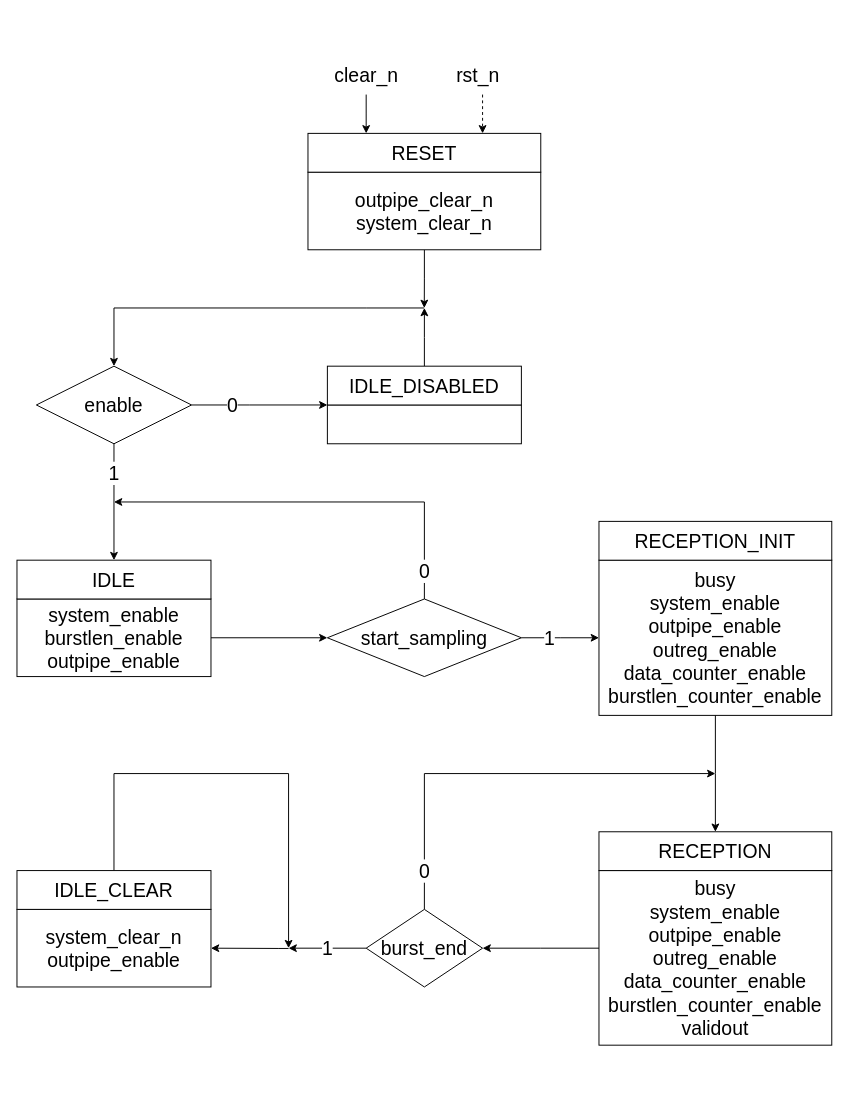
This is page "FSM" (3 of 3) of hyperram_system/ip/avs_to_hram_converter/schematics/synchronizer.drawio from AndreaBononi/Intel_Cyclone10LP_systems, a draw.io file, before an edit. Source tidied: cells renumbered, new cells numbered last; positions are measured from the earlier drawing's top-left corner, leaving out a move shared by most shapes. Both pictures are drawn from the tidied source at 97%, with x=0, y=0 at pixel (16, 55).
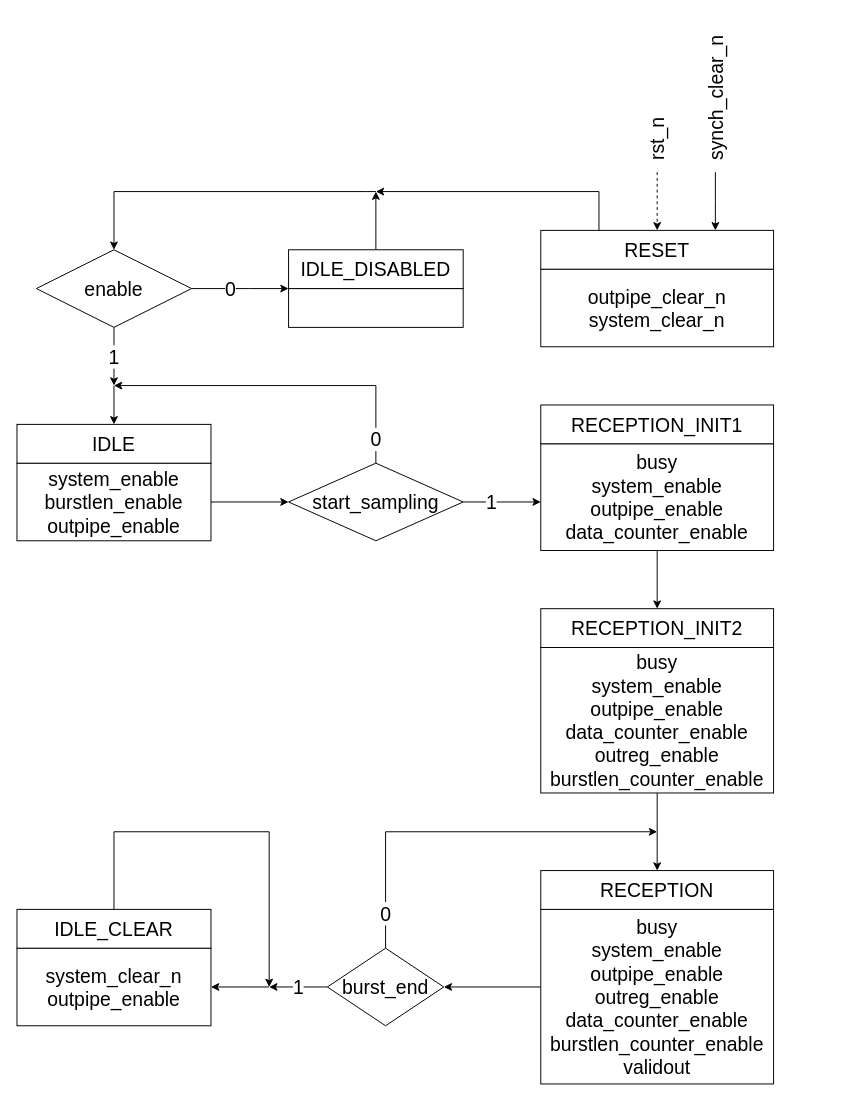
The same page after the edit.

Diff of the diagram source:
```diff
@@
-    <mxCell id="2" value="1" style="edgeStyle=orthogonalEdgeStyle;rounded=0;jettySize=auto;html=1;entryX=0.5;entryY=0;entryDx=0;entryDy=0;exitX=0.5;exitY=1;exitDx=0;exitDy=0;fontSize=20;" parent="1" edge="1" source="16" target="11">
-      <mxGeometry x="-0.5" relative="1" as="geometry" />
+    <mxCell id="2" value="1" style="edgeStyle=orthogonalEdgeStyle;rounded=0;jettySize=auto;html=1;exitX=0.5;exitY=1;exitDx=0;exitDy=0;fontSize=20;" parent="1" edge="1" source="16">
+      <mxGeometry x="-0.01" relative="1" as="geometry">
+        <mxPoint x="100" y="340" as="targetPoint" />
+      </mxGeometry>
     </mxCell>
-    <mxCell id="3" style="edgeStyle=orthogonalEdgeStyle;rounded=0;jettySize=auto;html=1;entryX=0.25;entryY=0;entryDx=0;entryDy=0;fontSize=20;" parent="1" edge="1" target="7">
+    <mxCell id="3" style="edgeStyle=orthogonalEdgeStyle;rounded=0;jettySize=auto;html=1;entryX=0.75;entryY=0;entryDx=0;entryDy=0;fontSize=20;" parent="1" edge="1" target="7">
       <mxGeometry relative="1" as="geometry">
-        <mxPoint x="360" y="40" as="sourcePoint" />
+        <mxPoint x="720" y="120" as="sourcePoint" />
         <Array as="points">
-          <mxPoint x="360" y="60" />
-          <mxPoint x="360" y="60" />
+          <mxPoint x="720" y="150" />
+          <mxPoint x="720" y="150" />
         </Array>
       </mxGeometry>
     </mxCell>
-    <mxCell id="4" style="edgeStyle=orthogonalEdgeStyle;rounded=0;jettySize=auto;html=1;exitX=0.5;exitY=1;exitDx=0;exitDy=0;" parent="1" edge="1" source="5">
-      <mxGeometry relative="1" as="geometry">
-        <mxPoint x="419.9" y="260" as="targetPoint" />
-      </mxGeometry>
-    </mxCell>
     <mxCell id="5" value="&lt;font style=&quot;font-size: 20px;&quot;&gt;outpipe_clear_n&lt;/font&gt;&lt;div style=&quot;font-size: 20px;&quot;&gt;&lt;font style=&quot;font-size: 20px;&quot;&gt;system_clear_n&lt;font style=&quot;font-size: 20px;&quot;&gt;&lt;br style=&quot;font-size: 20px;&quot;&gt;&lt;/font&gt;&lt;/font&gt;&lt;/div&gt;" style="rounded=0;whiteSpace=wrap;html=1;fontSize=20;" parent="1" vertex="1">
-      <mxGeometry x="300" y="120" width="240" height="80" as="geometry" />
+      <mxGeometry x="540" y="220" width="240" height="80" as="geometry" />
     </mxCell>
-    <mxCell id="6" style="edgeStyle=orthogonalEdgeStyle;rounded=0;jettySize=auto;html=1;entryX=0.75;entryY=0;entryDx=0;entryDy=0;dashed=1;fontSize=20;" parent="1" edge="1" target="7">
+    <mxCell id="6" style="edgeStyle=orthogonalEdgeStyle;rounded=0;jettySize=auto;html=1;entryX=0.5;entryY=0;entryDx=0;entryDy=0;dashed=1;fontSize=20;" parent="1" edge="1" target="7">
       <mxGeometry relative="1" as="geometry">
-        <mxPoint x="480" y="40" as="sourcePoint" />
+        <mxPoint x="660" y="120" as="sourcePoint" />
         <Array as="points">
-          <mxPoint x="480" y="60" />
-          <mxPoint x="480" y="60" />
+          <mxPoint x="660" y="150" />
+          <mxPoint x="660" y="150" />
         </Array>
       </mxGeometry>
     </mxCell>
+    <mxCell id="35" style="edgeStyle=orthogonalEdgeStyle;rounded=0;jettySize=auto;html=1;exitX=0.25;exitY=0;exitDx=0;exitDy=0;" parent="1" edge="1" source="7">
+      <mxGeometry relative="1" as="geometry">
+        <mxPoint x="370" y="140" as="targetPoint" />
+        <Array as="points">
+          <mxPoint x="600" y="140" />
+        </Array>
+      </mxGeometry>
+    </mxCell>
     <mxCell id="7" value="&lt;font style=&quot;font-size: 20px;&quot;&gt;RESET&lt;/font&gt;" style="rounded=0;whiteSpace=wrap;html=1;fontSize=20;" parent="1" vertex="1">
-      <mxGeometry x="300" y="80" width="240" height="40" as="geometry" />
+      <mxGeometry x="540" y="180" width="240" height="40" as="geometry" />
     </mxCell>
-    <mxCell id="8" value="&lt;font style=&quot;font-size: 20px;&quot;&gt;rst_n&lt;/font&gt;" style="text;html=1;align=center;verticalAlign=middle;strokeColor=none;fillColor=none;fontSize=20;" parent="1" vertex="1">
-      <mxGeometry x="440" width="70" height="40" as="geometry" />
+    <mxCell id="8" value="&lt;font style=&quot;font-size: 20px;&quot;&gt;rst_n&lt;/font&gt;" style="text;html=1;align=left;verticalAlign=middle;strokeColor=none;fillColor=none;fontSize=20;rotation=-90;" parent="1" vertex="1">
+      <mxGeometry x="625" y="55" width="70" height="40" as="geometry" />
     </mxCell>
@@
     <mxCell id="10" value="&lt;div style=&quot;font-size: 20px;&quot;&gt;&lt;font style=&quot;font-size: 20px;&quot;&gt;system_enable&lt;/font&gt;&lt;/div&gt;&lt;div style=&quot;font-size: 20px;&quot;&gt;burstlen_enable&lt;br style=&quot;font-size: 20px;&quot;&gt;&lt;/div&gt;&lt;div style=&quot;font-size: 20px;&quot;&gt;outpipe_enable&lt;br style=&quot;font-size: 20px;&quot;&gt;&lt;/div&gt;" style="rounded=0;whiteSpace=wrap;html=1;fontSize=20;" parent="1" vertex="1">
-      <mxGeometry y="560" width="200" height="80" as="geometry" />
+      <mxGeometry y="420" width="200" height="80" as="geometry" />
     </mxCell>
+    <mxCell id="36" style="edgeStyle=orthogonalEdgeStyle;rounded=0;jettySize=auto;html=1;exitX=0.5;exitY=0;exitDx=0;exitDy=0;entryX=0.5;entryY=0;entryDx=0;entryDy=0;" parent="1" edge="1" target="11">
+      <mxGeometry relative="1" as="geometry">
+        <mxPoint x="100" y="340" as="sourcePoint" />
+        <Array as="points">
+          <mxPoint x="100" y="360" />
+          <mxPoint x="100" y="360" />
+        </Array>
+      </mxGeometry>
+    </mxCell>
     <mxCell id="11" value="&lt;font style=&quot;font-size: 20px;&quot;&gt;IDLE&lt;/font&gt;" style="rounded=0;whiteSpace=wrap;html=1;fontSize=20;" parent="1" vertex="1">
-      <mxGeometry y="520" width="200" height="40" as="geometry" />
+      <mxGeometry y="380" width="200" height="40" as="geometry" />
     </mxCell>
     <mxCell id="12" value="0" style="edgeStyle=orthogonalEdgeStyle;rounded=0;jettySize=auto;html=1;exitX=0.5;exitY=0;exitDx=0;exitDy=0;fontSize=20;" parent="1" edge="1" source="14">
       <mxGeometry x="-0.86" relative="1" as="geometry">
-        <mxPoint x="100" y="460" as="targetPoint" />
+        <mxPoint x="100" y="340" as="targetPoint" />
         <Array as="points">
-          <mxPoint x="420" y="460" />
+          <mxPoint x="370" y="340" />
         </Array>
       </mxGeometry>
     </mxCell>
     <mxCell id="13" value="1" style="edgeStyle=orthogonalEdgeStyle;rounded=0;jettySize=auto;html=1;exitX=1;exitY=0.5;exitDx=0;exitDy=0;fontSize=20;" parent="1" edge="1" source="14">
       <mxGeometry x="-0.29" relative="1" as="geometry">
-        <mxPoint x="600" y="600" as="targetPoint" />
+        <mxPoint x="540" y="460" as="targetPoint" />
       </mxGeometry>
     </mxCell>
     <mxCell id="14" value="&lt;font style=&quot;font-size: 20px;&quot;&gt;start_sampling&lt;/font&gt;" style="rhombus;whiteSpace=wrap;html=1;fontSize=20;" parent="1" vertex="1">
-      <mxGeometry x="320" y="560" width="200" height="80" as="geometry" />
+      <mxGeometry x="280" y="420" width="180" height="80" as="geometry" />
     </mxCell>
     <mxCell id="15" value="0" style="edgeStyle=orthogonalEdgeStyle;rounded=0;jettySize=auto;html=1;exitX=1;exitY=0.5;exitDx=0;exitDy=0;fontSize=20;entryX=0;entryY=0;entryDx=0;entryDy=0;" parent="1" edge="1" source="16" target="31">
-      <mxGeometry x="-0.4" relative="1" as="geometry">
+      <mxGeometry x="-0.2" relative="1" as="geometry">
         <Array as="points">
-          <mxPoint x="240" y="360" />
-          <mxPoint x="240" y="360" />
+          <mxPoint x="240" y="240" />
+          <mxPoint x="240" y="240" />
         </Array>
       </mxGeometry>
     </mxCell>
     <mxCell id="16" value="&lt;font style=&quot;font-size: 20px;&quot;&gt;enable&lt;/font&gt;" style="rhombus;whiteSpace=wrap;html=1;fontSize=20;" parent="1" vertex="1">
-      <mxGeometry x="20" y="320" width="160" height="80" as="geometry" />
+      <mxGeometry x="20" y="200" width="160" height="80" as="geometry" />
     </mxCell>
+    <mxCell id="37" style="edgeStyle=orthogonalEdgeStyle;rounded=0;jettySize=auto;html=1;exitX=0.5;exitY=1;exitDx=0;exitDy=0;entryX=0.5;entryY=0;entryDx=0;entryDy=0;" parent="1" edge="1" source="17" target="39">
+      <mxGeometry relative="1" as="geometry" />
+    </mxCell>
-    <mxCell id="17" value="&lt;div style=&quot;font-size: 20px;&quot;&gt;&lt;font style=&quot;font-size: 20px;&quot;&gt;busy&lt;/font&gt;&lt;/div&gt;&lt;div style=&quot;font-size: 20px;&quot;&gt;&lt;font style=&quot;font-size: 20px;&quot;&gt;system_enable&lt;/font&gt;&lt;/div&gt;&lt;div style=&quot;font-size: 20px;&quot;&gt;outpipe_enable&lt;/div&gt;&lt;div style=&quot;font-size: 20px;&quot;&gt;&lt;font style=&quot;font-size: 20px;&quot;&gt;outreg_enable&lt;/font&gt;&lt;/div&gt;&lt;div style=&quot;font-size: 20px;&quot;&gt;&lt;font style=&quot;font-size: 20px;&quot;&gt;data_counter_enable&lt;br style=&quot;font-size: 20px;&quot;&gt;&lt;/font&gt;&lt;/div&gt;&lt;div style=&quot;font-size: 20px;&quot;&gt;&lt;font style=&quot;font-size: 20px;&quot;&gt;burstlen_counter_enable&lt;font style=&quot;font-size: 20px;&quot;&gt;&lt;br style=&quot;font-size: 20px;&quot;&gt;&lt;/font&gt;&lt;/font&gt;&lt;/div&gt;" style="rounded=0;whiteSpace=wrap;html=1;fontSize=20;" parent="1" vertex="1">
-      <mxGeometry x="600" y="520" width="240" height="160" as="geometry" />
+    <mxCell id="17" value="&lt;div style=&quot;font-size: 20px;&quot;&gt;&lt;font style=&quot;font-size: 20px;&quot;&gt;busy&lt;/font&gt;&lt;/div&gt;&lt;div style=&quot;font-size: 20px;&quot;&gt;&lt;font style=&quot;font-size: 20px;&quot;&gt;system_enable&lt;/font&gt;&lt;/div&gt;&lt;div style=&quot;font-size: 20px;&quot;&gt;outpipe_enable&lt;/div&gt;&lt;div style=&quot;font-size: 20px;&quot;&gt;&lt;font style=&quot;font-size: 20px;&quot;&gt;data_counter_enable&lt;br style=&quot;font-size: 20px;&quot;&gt;&lt;/font&gt;&lt;/div&gt;" style="rounded=0;whiteSpace=wrap;html=1;fontSize=20;" parent="1" vertex="1">
+      <mxGeometry x="540" y="400" width="240" height="110" as="geometry" />
     </mxCell>
-    <mxCell id="18" value="&lt;font style=&quot;font-size: 20px;&quot;&gt;RECEPTION_INIT&lt;/font&gt;" style="rounded=0;whiteSpace=wrap;html=1;fontSize=20;" parent="1" vertex="1">
-      <mxGeometry x="600" y="480" width="240" height="40" as="geometry" />
+    <mxCell id="18" value="&lt;font style=&quot;font-size: 20px;&quot;&gt;RECEPTION_INIT&lt;/font&gt;1" style="rounded=0;whiteSpace=wrap;html=1;fontSize=20;" parent="1" vertex="1">
+      <mxGeometry x="540" y="360" width="240" height="40" as="geometry" />
     </mxCell>
     <mxCell id="19" style="edgeStyle=orthogonalEdgeStyle;rounded=0;jettySize=auto;html=1;entryX=1;entryY=0.5;entryDx=0;entryDy=0;fontSize=20;" parent="1" edge="1" target="25">
       <mxGeometry relative="1" as="geometry">
-        <mxPoint x="600" y="920" as="sourcePoint" />
+        <mxPoint x="600" y="960" as="sourcePoint" />
         <Array as="points">
-          <mxPoint x="540" y="920" />
-          <mxPoint x="540" y="920" />
+          <mxPoint x="540" y="960" />
+          <mxPoint x="540" y="960" />
         </Array>
       </mxGeometry>
     </mxCell>
     <mxCell id="20" value="&lt;div style=&quot;font-size: 20px;&quot;&gt;&lt;font style=&quot;font-size: 20px;&quot;&gt;busy&lt;/font&gt;&lt;/div&gt;&lt;div style=&quot;font-size: 20px;&quot;&gt;&lt;font style=&quot;font-size: 20px;&quot;&gt;system_enable&lt;/font&gt;&lt;/div&gt;&lt;div style=&quot;font-size: 20px;&quot;&gt;outpipe_enable&lt;/div&gt;&lt;div style=&quot;font-size: 20px;&quot;&gt;&lt;font style=&quot;font-size: 20px;&quot;&gt;outreg_enable&lt;/font&gt;&lt;/div&gt;&lt;div style=&quot;font-size: 20px;&quot;&gt;&lt;font style=&quot;font-size: 20px;&quot;&gt;data_counter_enable&lt;/font&gt;&lt;/div&gt;&lt;div style=&quot;font-size: 20px;&quot;&gt;&lt;font style=&quot;font-size: 20px;&quot;&gt;burstlen_counter_enable&lt;font style=&quot;font-size: 20px;&quot;&gt;&lt;br style=&quot;font-size: 20px;&quot;&gt;&lt;/font&gt;&lt;/font&gt;&lt;/div&gt;&lt;div style=&quot;font-size: 20px;&quot;&gt;validout&lt;br style=&quot;font-size: 20px;&quot;&gt;&lt;/div&gt;" style="rounded=0;whiteSpace=wrap;html=1;fontSize=20;" parent="1" vertex="1">
-      <mxGeometry x="600" y="840" width="240" height="180" as="geometry" />
+      <mxGeometry x="540" y="880" width="240" height="180" as="geometry" />
     </mxCell>
     <mxCell id="21" value="&lt;font style=&quot;font-size: 20px;&quot;&gt;RECEPTION&lt;/font&gt;" style="rounded=0;whiteSpace=wrap;html=1;fontSize=20;" parent="1" vertex="1">
-      <mxGeometry x="600" y="800" width="240" height="40" as="geometry" />
+      <mxGeometry x="540" y="840" width="240" height="40" as="geometry" />
     </mxCell>
-    <mxCell id="22" style="endArrow=classic;html=1;rounded=0;fontSize=20;entryX=0.5;entryY=0;entryDx=0;entryDy=0;edgeStyle=orthogonalEdgeStyle;exitX=0.5;exitY=1;exitDx=0;exitDy=0;" parent="1" edge="1" source="17" target="21">
+    <mxCell id="22" style="endArrow=classic;html=1;rounded=0;fontSize=20;entryX=0.5;entryY=0;entryDx=0;entryDy=0;edgeStyle=orthogonalEdgeStyle;exitX=0.5;exitY=1;exitDx=0;exitDy=0;" parent="1" edge="1" source="38" target="21">
       <mxGeometry relative="1" as="geometry">
         <Array as="points">
-          <mxPoint x="720" y="740" />
-          <mxPoint x="720" y="740" />
+          <mxPoint x="660" y="750" />
         </Array>
       </mxGeometry>
     </mxCell>
     <mxCell id="23" value="0" style="edgeStyle=orthogonalEdgeStyle;rounded=0;jettySize=auto;html=1;exitX=0.5;exitY=0;exitDx=0;exitDy=0;fontSize=20;" parent="1" edge="1" source="25">
       <mxGeometry x="-0.82" relative="1" as="geometry">
-        <mxPoint x="720" y="740" as="targetPoint" />
+        <mxPoint x="660" y="800" as="targetPoint" />
         <Array as="points">
-          <mxPoint x="420" y="740" />
+          <mxPoint x="380" y="800" />
         </Array>
       </mxGeometry>
     </mxCell>
     <mxCell id="24" value="1" style="edgeStyle=orthogonalEdgeStyle;rounded=0;jettySize=auto;html=1;exitX=0;exitY=0.5;exitDx=0;exitDy=0;fontSize=20;" parent="1" edge="1" source="25">
       <mxGeometry x="0.01" relative="1" as="geometry">
-        <mxPoint x="280" y="920" as="targetPoint" />
+        <mxPoint x="260" y="960" as="targetPoint" />
       </mxGeometry>
     </mxCell>
     <mxCell id="25" value="&lt;font style=&quot;font-size: 20px;&quot;&gt;burst_end&lt;/font&gt;" style="rhombus;whiteSpace=wrap;html=1;fontSize=20;" parent="1" vertex="1">
-      <mxGeometry x="360" y="880" width="120" height="80" as="geometry" />
+      <mxGeometry x="320" y="920" width="120" height="80" as="geometry" />
     </mxCell>
-    <mxCell id="26" style="edgeStyle=orthogonalEdgeStyle;rounded=0;jettySize=auto;html=1;exitX=1;exitY=0.5;exitDx=0;exitDy=0;entryX=1;entryY=0.5;entryDx=0;entryDy=0;" parent="1" edge="1" target="27">
+    <mxCell id="26" style="edgeStyle=orthogonalEdgeStyle;rounded=0;jettySize=auto;html=1;entryX=1;entryY=0.5;entryDx=0;entryDy=0;" parent="1" edge="1" target="27">
       <mxGeometry relative="1" as="geometry">
-        <mxPoint x="280" y="920.3" as="sourcePoint" />
+        <mxPoint x="260" y="960" as="sourcePoint" />
         <Array as="points">
-          <mxPoint x="270" y="920" />
-          <mxPoint x="270" y="920" />
+          <mxPoint x="230" y="960" />
+          <mxPoint x="230" y="960" />
         </Array>
       </mxGeometry>
     </mxCell>
     <mxCell id="27" value="&lt;div style=&quot;font-size: 20px;&quot;&gt;&lt;font style=&quot;font-size: 20px;&quot;&gt;&lt;font style=&quot;font-size: 20px;&quot;&gt;system_clear_n&lt;/font&gt;&lt;/font&gt;&lt;/div&gt;&lt;div style=&quot;font-size: 20px;&quot;&gt;&lt;font style=&quot;font-size: 20px;&quot;&gt;outpipe_enable&lt;/font&gt;&lt;/div&gt;" style="rounded=0;whiteSpace=wrap;html=1;fontSize=20;" parent="1" vertex="1">
-      <mxGeometry y="880" width="200" height="80" as="geometry" />
+      <mxGeometry y="920" width="200" height="80" as="geometry" />
     </mxCell>
     <mxCell id="28" style="edgeStyle=orthogonalEdgeStyle;rounded=0;jettySize=auto;html=1;exitX=0.5;exitY=0;exitDx=0;exitDy=0;" parent="1" edge="1" source="29">
       <mxGeometry relative="1" as="geometry">
-        <mxPoint x="280" y="920" as="targetPoint" />
+        <mxPoint x="260" y="960" as="targetPoint" />
         <Array as="points">
-          <mxPoint x="100" y="740" />
-          <mxPoint x="280" y="740" />
+          <mxPoint x="100" y="800" />
+          <mxPoint x="260" y="800" />
         </Array>
       </mxGeometry>
     </mxCell>
     <mxCell id="29" value="IDLE_CLEAR" style="rounded=0;whiteSpace=wrap;html=1;fontSize=20;" parent="1" vertex="1">
-      <mxGeometry y="840" width="200" height="40" as="geometry" />
+      <mxGeometry y="880" width="200" height="40" as="geometry" />
     </mxCell>
-    <mxCell id="30" value="&lt;font style=&quot;font-size: 20px;&quot;&gt;clear_n&lt;/font&gt;" style="text;html=1;align=center;verticalAlign=middle;strokeColor=none;fillColor=none;fontSize=20;" parent="1" vertex="1">
-      <mxGeometry x="315" width="90" height="40" as="geometry" />
+    <mxCell id="30" value="&lt;font style=&quot;font-size: 20px;&quot;&gt;synch_clear_n&lt;/font&gt;" style="text;html=1;align=left;verticalAlign=middle;strokeColor=none;fillColor=none;fontSize=20;rotation=-90;" parent="1" vertex="1">
+      <mxGeometry x="645" y="15" width="150" height="40" as="geometry" />
     </mxCell>
     <mxCell id="31" style="rounded=0;whiteSpace=wrap;html=1;fontSize=20;" parent="1" vertex="1">
-      <mxGeometry x="320" y="360" width="200" height="40" as="geometry" />
+      <mxGeometry x="280" y="240" width="180" height="40" as="geometry" />
     </mxCell>
     <mxCell id="32" style="edgeStyle=orthogonalEdgeStyle;rounded=0;jettySize=auto;html=1;fontSize=20;entryX=0.5;entryY=0;entryDx=0;entryDy=0;" parent="1" edge="1" target="16">
       <mxGeometry relative="1" as="geometry">
-        <mxPoint x="420" y="260" as="sourcePoint" />
+        <mxPoint x="370" y="140" as="sourcePoint" />
         <Array as="points">
-          <mxPoint x="360" y="260" />
-          <mxPoint x="100" y="260" />
+          <mxPoint x="360" y="140" />
+          <mxPoint x="100" y="140" />
         </Array>
       </mxGeometry>
     </mxCell>
     <mxCell id="33" style="edgeStyle=orthogonalEdgeStyle;rounded=0;jettySize=auto;html=1;exitX=0.5;exitY=0;exitDx=0;exitDy=0;" parent="1" edge="1" source="34">
       <mxGeometry relative="1" as="geometry">
-        <mxPoint x="420" y="260" as="targetPoint" />
+        <mxPoint x="370" y="140" as="targetPoint" />
       </mxGeometry>
     </mxCell>
     <mxCell id="34" value="&lt;font style=&quot;font-size: 20px;&quot;&gt;IDLE_DISABLED&lt;/font&gt;" style="rounded=0;whiteSpace=wrap;html=1;fontSize=20;" parent="1" vertex="1">
-      <mxGeometry x="320" y="320" width="200" height="40" as="geometry" />
+      <mxGeometry x="280" y="200" width="180" height="40" as="geometry" />
     </mxCell>
+    <mxCell id="38" value="&lt;div style=&quot;font-size: 20px;&quot;&gt;&lt;font style=&quot;font-size: 20px;&quot;&gt;busy&lt;/font&gt;&lt;/div&gt;&lt;div style=&quot;font-size: 20px;&quot;&gt;&lt;font style=&quot;font-size: 20px;&quot;&gt;system_enable&lt;/font&gt;&lt;/div&gt;&lt;div style=&quot;font-size: 20px;&quot;&gt;outpipe_enable&lt;/div&gt;&lt;div style=&quot;font-size: 20px;&quot;&gt;&lt;font style=&quot;font-size: 20px;&quot;&gt;data_counter_enable&lt;br style=&quot;font-size: 20px;&quot;&gt;&lt;/font&gt;&lt;/div&gt;&lt;div&gt;outreg_enable&lt;/div&gt;&lt;div&gt;burstlen_counter_enable&lt;br&gt;&lt;/div&gt;" style="rounded=0;whiteSpace=wrap;html=1;fontSize=20;" parent="1" vertex="1">
+      <mxGeometry x="540" y="610" width="240" height="150" as="geometry" />
+    </mxCell>
+    <mxCell id="39" value="&lt;font style=&quot;font-size: 20px;&quot;&gt;RECEPTION_INIT&lt;/font&gt;2" style="rounded=0;whiteSpace=wrap;html=1;fontSize=20;" parent="1" vertex="1">
+      <mxGeometry x="540" y="570" width="240" height="40" as="geometry" />
+    </mxCell>
```
